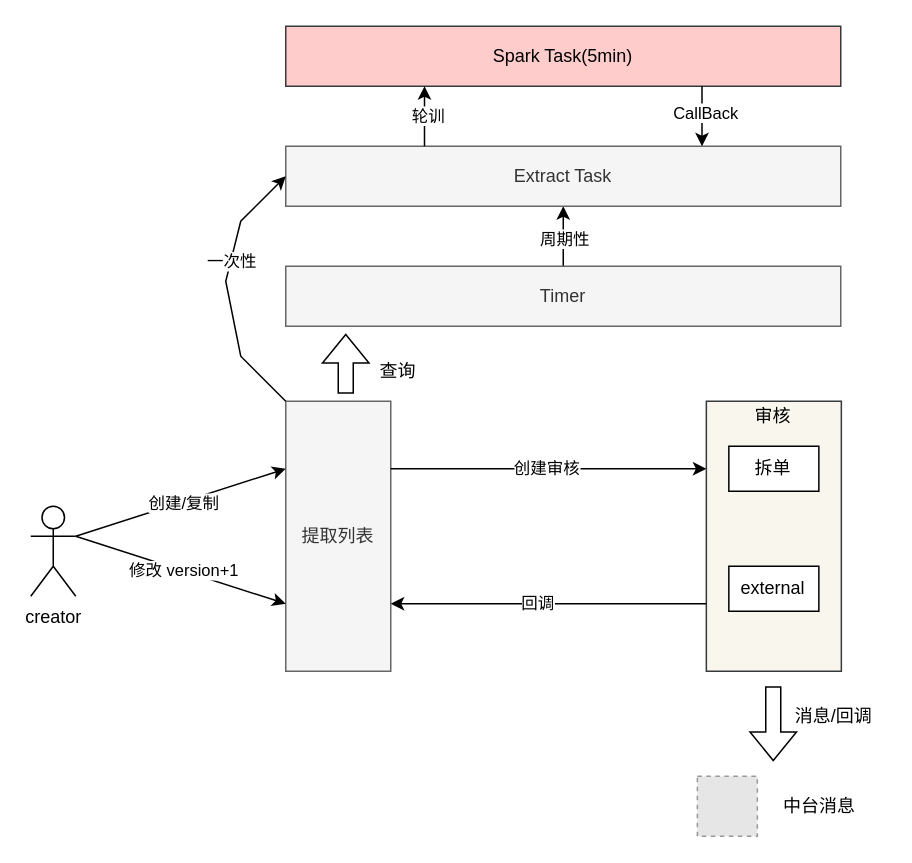
Before: feature_export.drawio in learn2Pro/draw_io_save, a draw.io diagram. Source tidied: cells renumbered, new cells numbered last; positions are measured from the earlier drawing's top-left corner, leaving out a move shared by most shapes. Both pictures are drawn from the tidied source at 150%, with x=0, y=0 at pixel (30, 26). Pictures stored in the file or linked from it are replaced by grey dashed boxes.
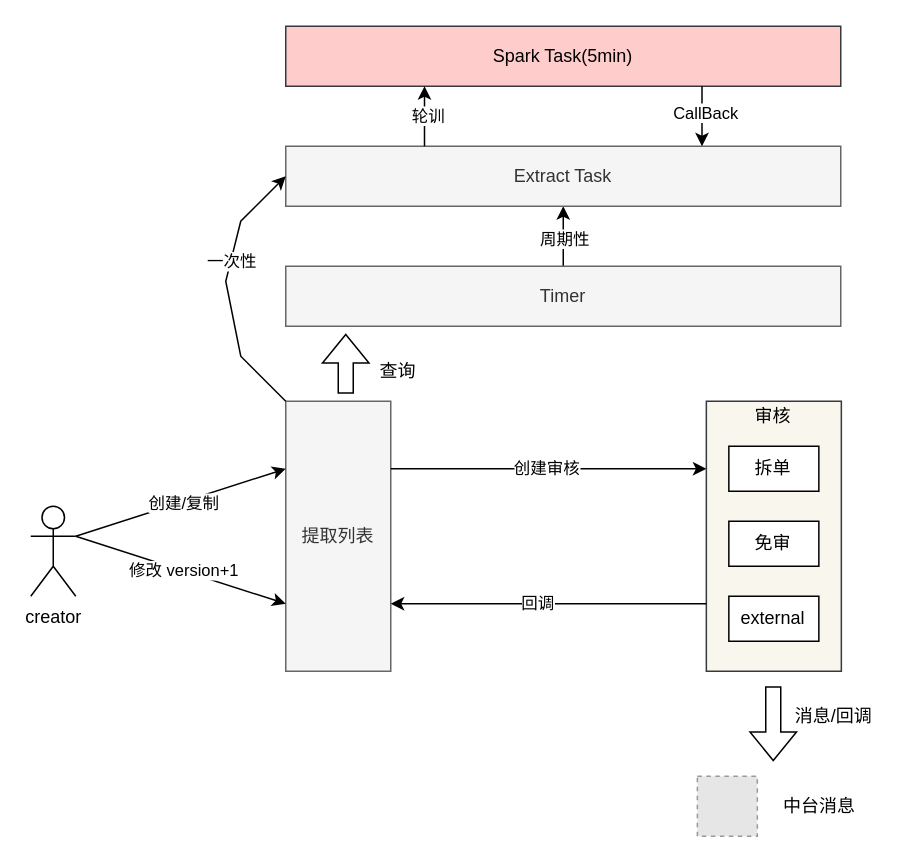
The same page after the edit.

The edit, as a diff of the source:
```diff
@@
     <mxCell id="11" value="external" style="rounded=0;whiteSpace=wrap;html=1;" parent="1" vertex="1">
-      <mxGeometry x="465.4" y="360" width="60" height="30" as="geometry" />
+      <mxGeometry x="465.4" y="380" width="60" height="30" as="geometry" />
     </mxCell>
@@
+    <mxCell id="34" value="免审" style="rounded=0;whiteSpace=wrap;html=1;" parent="1" vertex="1">
+      <mxGeometry x="465.4" y="330" width="60" height="30" as="geometry" />
+    </mxCell>
```
